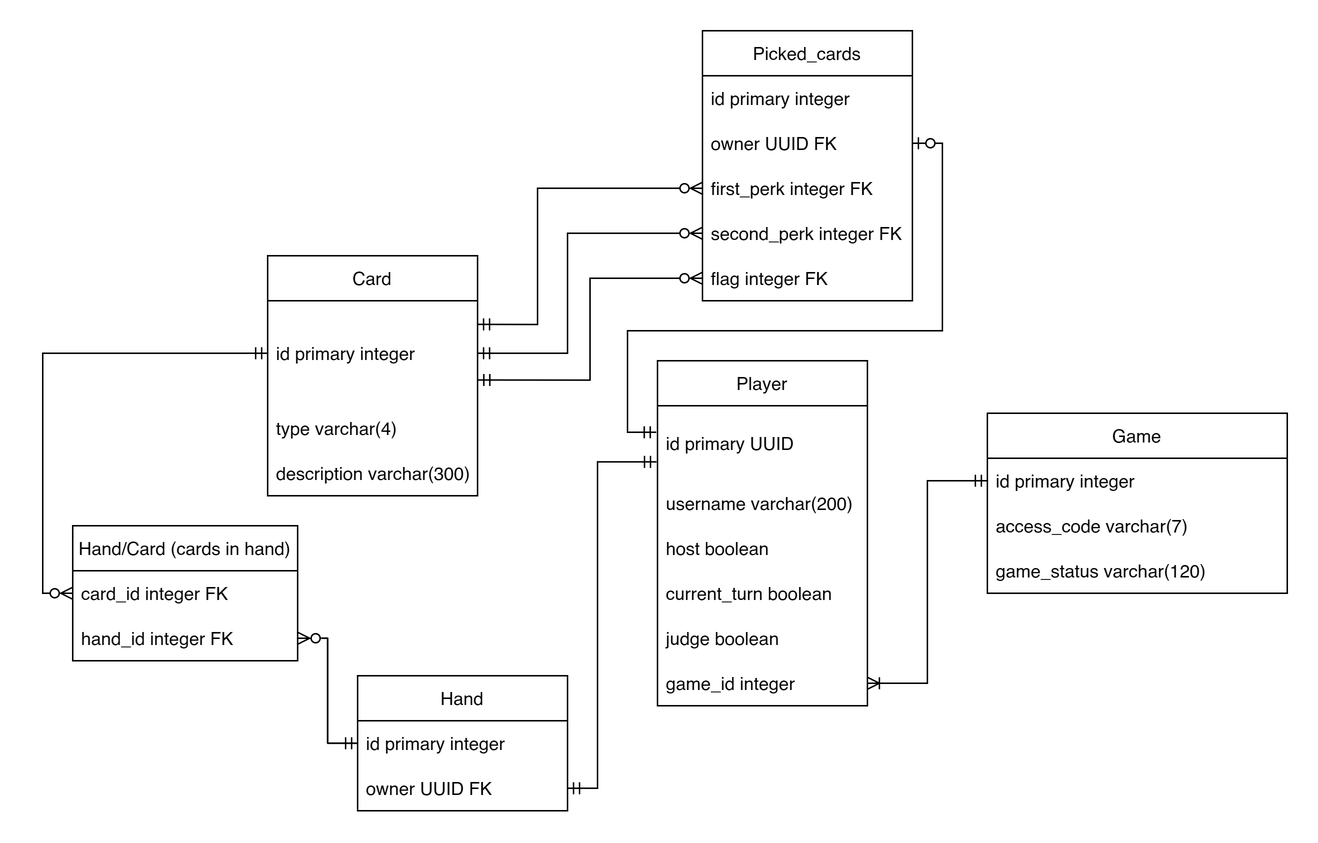
Earlier version of the draw.io export server/redflags_db.png (SilvioJPEG/redflags-webgame). Source tidied: cells renumbered, new cells last; positions are measured from the earlier drawing's top-left corner, leaving out a move shared by most shapes.
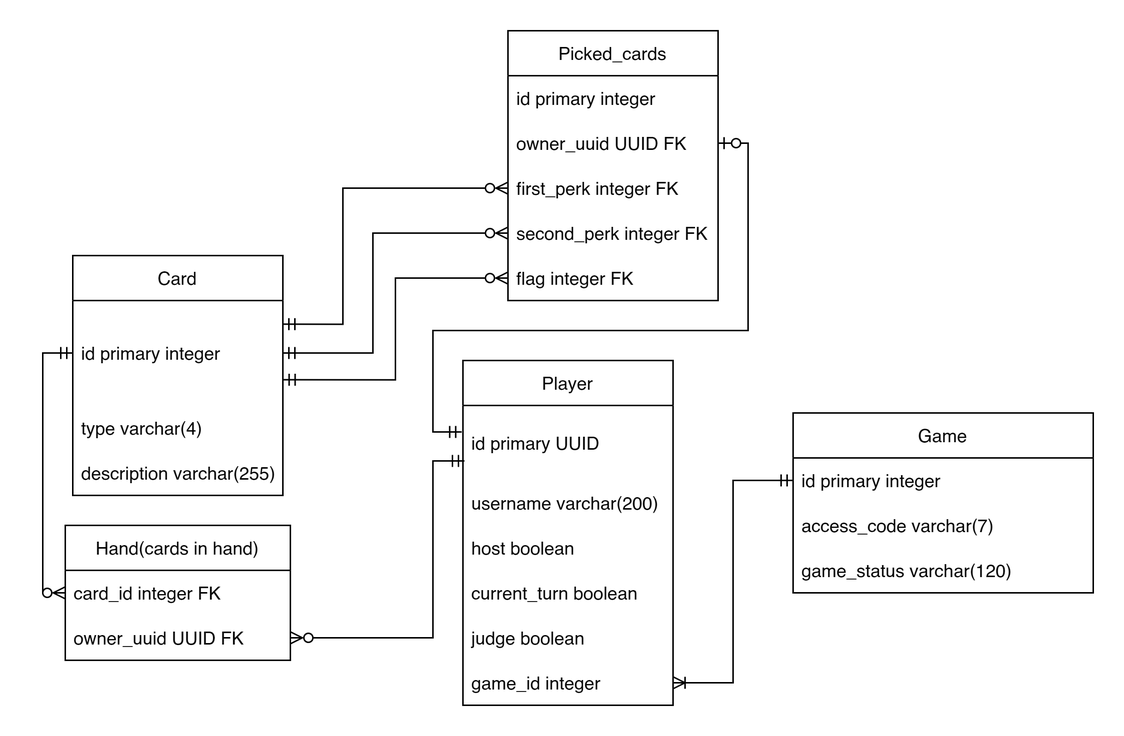
Later version of the same file.

Diff of the diagram source:
```diff
@@ -32,7 +32,7 @@
     <mxCell id="11" value="type varchar(4)" style="text;strokeColor=none;fillColor=none;align=left;verticalAlign=middle;spacingLeft=4;spacingRight=4;overflow=hidden;" parent="9" vertex="1">
       <mxGeometry y="100" width="140" height="30" as="geometry" />
     </mxCell>
-    <mxCell id="12" value="description varchar(300)" style="text;strokeColor=none;fillColor=none;align=left;verticalAlign=middle;spacingLeft=4;spacingRight=4;overflow=hidden;" parent="9" vertex="1">
+    <mxCell id="12" value="description varchar(255)" style="text;strokeColor=none;fillColor=none;align=left;verticalAlign=middle;spacingLeft=4;spacingRight=4;overflow=hidden;" parent="9" vertex="1">
       <mxGeometry y="130" width="140" height="30" as="geometry" />
     </mxCell>
     <mxCell id="13" value="Game" style="swimlane;fontStyle=0;horizontal=1;startSize=30;" parent="1" vertex="1">
@@ -47,22 +47,13 @@
     <mxCell id="16" value="game_status varchar(120)" style="text;strokeColor=none;fillColor=none;align=left;verticalAlign=middle;spacingLeft=4;spacingRight=4;overflow=hidden;" parent="13" vertex="1">
       <mxGeometry y="90" width="200" height="30" as="geometry" />
     </mxCell>
-    <mxCell id="17" value="Hand" style="swimlane;fontStyle=0;horizontal=1;startSize=30;" parent="1" vertex="1">
-      <mxGeometry x="190" y="430" width="140" height="90" as="geometry" />
-    </mxCell>
-    <mxCell id="18" value="id primary integer" style="text;strokeColor=none;fillColor=none;align=left;verticalAlign=middle;spacingLeft=4;spacingRight=4;overflow=hidden;points=[[0,0.5],[1,0.5]];portConstraint=eastwest;" parent="17" vertex="1">
-      <mxGeometry y="30" width="140" height="30" as="geometry" />
-    </mxCell>
-    <mxCell id="19" value="owner UUID FK" style="text;strokeColor=none;fillColor=none;align=left;verticalAlign=middle;spacingLeft=4;spacingRight=4;overflow=hidden;points=[[0,0.5],[1,0.5]];portConstraint=eastwest;" parent="17" vertex="1">
-      <mxGeometry y="60" width="140" height="30" as="geometry" />
-    </mxCell>
     <mxCell id="20" value="Picked_cards" style="swimlane;fontStyle=0;horizontal=1;startSize=30;" parent="1" vertex="1">
       <mxGeometry x="420" width="140" height="180" as="geometry" />
     </mxCell>
     <mxCell id="21" value="id primary integer" style="text;strokeColor=none;fillColor=none;align=left;verticalAlign=middle;spacingLeft=4;spacingRight=4;overflow=hidden;" parent="20" vertex="1">
       <mxGeometry y="30" width="140" height="30" as="geometry" />
     </mxCell>
-    <mxCell id="22" value="owner UUID FK" style="text;strokeColor=none;fillColor=none;align=left;verticalAlign=middle;spacingLeft=4;spacingRight=4;overflow=hidden;points=[[0,0.5],[1,0.5]];portConstraint=eastwest;" parent="20" vertex="1">
+    <mxCell id="22" value="owner_uuid UUID FK" style="text;strokeColor=none;fillColor=none;align=left;verticalAlign=middle;spacingLeft=4;spacingRight=4;overflow=hidden;points=[[0,0.5],[1,0.5]];portConstraint=eastwest;" parent="20" vertex="1">
       <mxGeometry y="60" width="140" height="30" as="geometry" />
     </mxCell>
     <mxCell id="23" value="first_perk integer FK" style="text;strokeColor=none;fillColor=none;align=left;verticalAlign=middle;spacingLeft=4;spacingRight=4;overflow=hidden;points=[[0,0.5],[1,0.5]];portConstraint=eastwest;" parent="20" vertex="1">
@@ -74,26 +65,23 @@
     <mxCell id="25" value="flag integer FK" style="text;strokeColor=none;fillColor=none;align=left;verticalAlign=middle;spacingLeft=4;spacingRight=4;overflow=hidden;points=[[0,0.5],[1,0.5]];portConstraint=eastwest;" parent="20" vertex="1">
       <mxGeometry y="150" width="140" height="30" as="geometry" />
     </mxCell>
-    <mxCell id="26" value="Hand/Card (cards in hand)" style="swimlane;fontStyle=0;horizontal=1;startSize=30;" parent="1" vertex="1">
-      <mxGeometry y="330" width="150" height="90" as="geometry" />
+    <mxCell id="26" value="Hand(cards in hand)" style="swimlane;fontStyle=0;horizontal=1;startSize=30;" parent="1" vertex="1">
+      <mxGeometry x="125" y="330" width="150" height="90" as="geometry" />
     </mxCell>
     <mxCell id="27" value="card_id integer FK" style="text;strokeColor=none;fillColor=none;align=left;verticalAlign=middle;spacingLeft=4;spacingRight=4;overflow=hidden;points=[[0,0.5],[1,0.5]];portConstraint=eastwest;" parent="26" vertex="1">
       <mxGeometry y="30" width="150" height="30" as="geometry" />
     </mxCell>
-    <mxCell id="28" value="hand_id integer FK" style="text;strokeColor=none;fillColor=none;align=left;verticalAlign=middle;spacingLeft=4;spacingRight=4;overflow=hidden;points=[[0,0.5],[1,0.5]];portConstraint=eastwest;" parent="26" vertex="1">
+    <mxCell id="28" value="owner_uuid UUID FK" style="text;strokeColor=none;fillColor=none;align=left;verticalAlign=middle;spacingLeft=4;spacingRight=4;overflow=hidden;points=[[0,0.5],[1,0.5]];portConstraint=eastwest;" parent="26" vertex="1">
       <mxGeometry y="60" width="150" height="30" as="geometry" />
     </mxCell>
-    <mxCell id="29" style="edgeStyle=orthogonalEdgeStyle;rounded=0;jettySize=auto;html=1;exitX=1;exitY=0.5;exitDx=0;exitDy=0;entryX=0;entryY=0.5;entryDx=0;entryDy=0;startArrow=ERzeroToMany;startFill=0;endArrow=ERmandOne;endFill=0;" parent="1" edge="1" source="28" target="18">
-      <mxGeometry relative="1" as="geometry" />
+    <mxCell id="29" style="edgeStyle=orthogonalEdgeStyle;rounded=0;jettySize=auto;html=1;exitX=1;exitY=0.5;exitDx=0;exitDy=0;entryX=0.007;entryY=0.74;entryDx=0;entryDy=0;startArrow=ERzeroToMany;startFill=0;endArrow=ERmandOne;endFill=0;entryPerimeter=0;" parent="1" edge="1" source="28" target="3">
+      <mxGeometry relative="1" as="geometry">
+        <Array as="points">
+          <mxPoint x="370" y="405" />
+          <mxPoint x="370" y="287" />
+        </Array>
+      </mxGeometry>
     </mxCell>
-    <mxCell id="30" style="edgeStyle=orthogonalEdgeStyle;rounded=0;jettySize=auto;html=1;exitX=1;exitY=0.5;exitDx=0;exitDy=0;startArrow=ERmandOne;startFill=0;endArrow=ERmandOne;endFill=0;entryX=-0.005;entryY=0.748;entryDx=0;entryDy=0;entryPerimeter=0;" parent="1" edge="1" source="19" target="3">
-      <mxGeometry relative="1" as="geometry">
-        <Array as="points">
-          <mxPoint x="350" y="505" />
-          <mxPoint x="350" y="287" />
-        </Array>
-      </mxGeometry>
-    </mxCell>
     <mxCell id="31" style="edgeStyle=orthogonalEdgeStyle;rounded=0;jettySize=auto;html=1;exitX=0;exitY=0.5;exitDx=0;exitDy=0;entryX=0;entryY=0.5;entryDx=0;entryDy=0;startArrow=ERmandOne;startFill=0;endArrow=ERzeroToMany;endFill=0;" parent="1" edge="1" source="10" target="27">
       <mxGeometry relative="1" as="geometry" />
     </mxCell>
```
